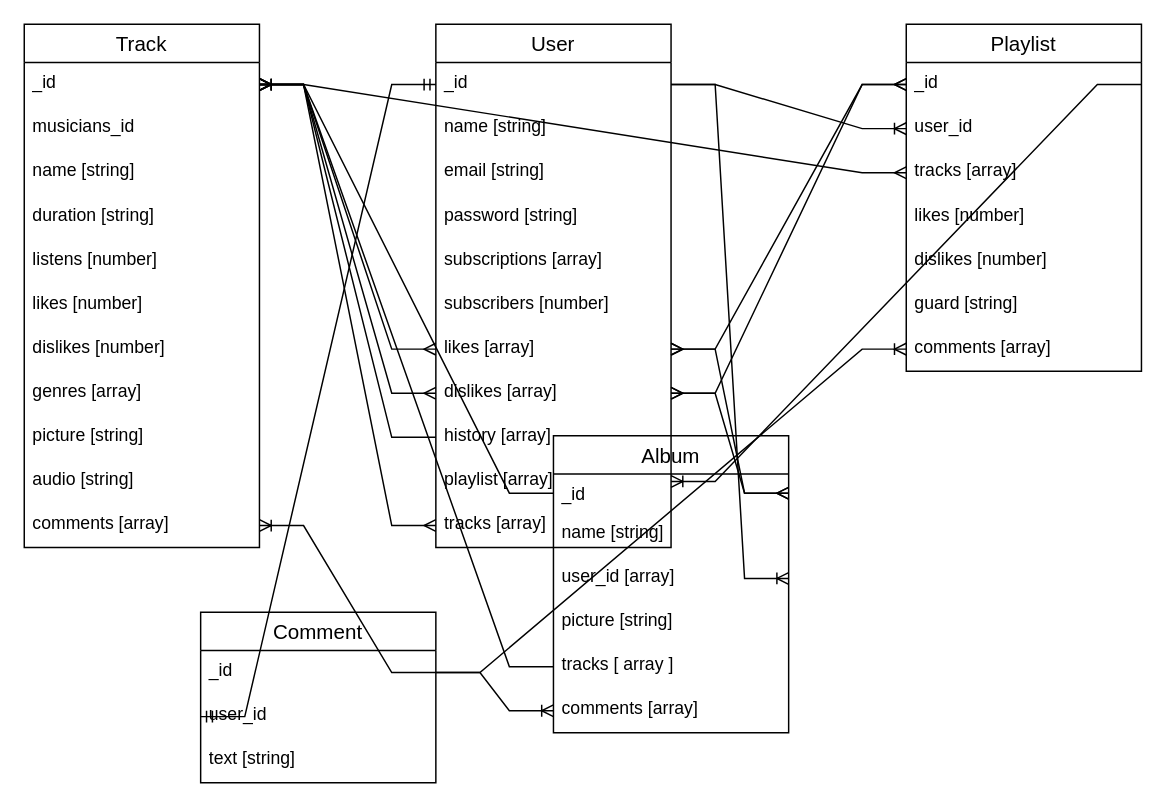
Before: schemas/betify.drawio in tusvel/betify_backend, a draw.io diagram. Source tidied: cells renumbered, new cells numbered last; positions are measured from the earlier drawing's top-left corner, leaving out a move shared by most shapes. Both pictures are drawn from the tidied source at 147%, with x=0, y=0 at pixel (24, 24).
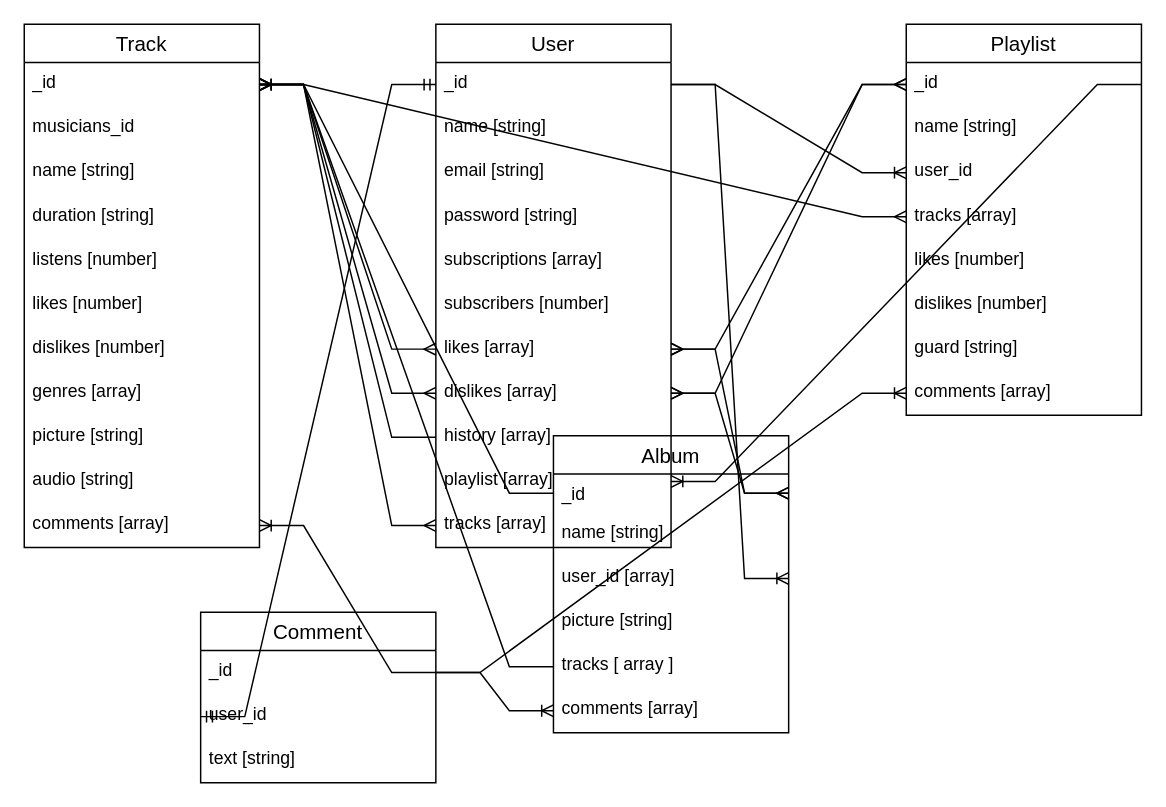
The same diagram, later.

The edit, as a diff of the source:
```diff
@@
     <mxCell id="37" value="Playlist" style="swimlane;fontStyle=0;horizontal=1;startSize=26;align=center;fontSize=14;" parent="1" vertex="1">
-      <mxGeometry x="600" width="160" height="236" as="geometry" />
+      <mxGeometry x="600" width="160" height="266" as="geometry" />
     </mxCell>
@@
+    <mxCell id="63" value="name [string]" style="text;strokeColor=none;fillColor=none;spacingLeft=4;spacingRight=4;overflow=hidden;fontSize=12;" parent="37" vertex="1">
+      <mxGeometry y="56" width="160" height="30" as="geometry" />
+    </mxCell>
     <mxCell id="39" value="user_id" style="text;strokeColor=none;fillColor=none;spacingLeft=4;spacingRight=4;overflow=hidden;points=[[0,0.5],[1,0.5]];portConstraint=eastwest;fontSize=12;" parent="37" vertex="1">
-      <mxGeometry y="56" width="160" height="30" as="geometry" />
+      <mxGeometry y="86" width="160" height="30" as="geometry" />
     </mxCell>
     <mxCell id="40" value="tracks [array]" style="text;strokeColor=none;fillColor=none;spacingLeft=4;spacingRight=4;overflow=hidden;points=[[0,0.5],[1,0.5]];portConstraint=eastwest;fontSize=12;" parent="37" vertex="1">
-      <mxGeometry y="86" width="160" height="30" as="geometry" />
+      <mxGeometry y="116" width="160" height="30" as="geometry" />
     </mxCell>
     <mxCell id="41" value="likes [number]" style="text;strokeColor=none;fillColor=none;spacingLeft=4;spacingRight=4;overflow=hidden;fontSize=12;" parent="37" vertex="1">
-      <mxGeometry y="116" width="160" height="30" as="geometry" />
+      <mxGeometry y="146" width="160" height="30" as="geometry" />
     </mxCell>
     <mxCell id="42" value="dislikes [number]" style="text;strokeColor=none;fillColor=none;spacingLeft=4;spacingRight=4;overflow=hidden;fontSize=12;" parent="37" vertex="1">
-      <mxGeometry y="146" width="160" height="30" as="geometry" />
+      <mxGeometry y="176" width="160" height="30" as="geometry" />
     </mxCell>
     <mxCell id="43" value="guard [string]" style="text;strokeColor=none;fillColor=none;spacingLeft=4;spacingRight=4;overflow=hidden;fontSize=12;" parent="37" vertex="1">
-      <mxGeometry y="176" width="160" height="30" as="geometry" />
+      <mxGeometry y="206" width="160" height="30" as="geometry" />
     </mxCell>
     <mxCell id="44" value="comments [array]" style="text;strokeColor=none;fillColor=none;spacingLeft=4;spacingRight=4;overflow=hidden;points=[[0,0.5],[1,0.5]];portConstraint=eastwest;fontSize=12;" parent="37" vertex="1">
-      <mxGeometry y="206" width="160" height="30" as="geometry" />
+      <mxGeometry y="236" width="160" height="30" as="geometry" />
     </mxCell>
```
